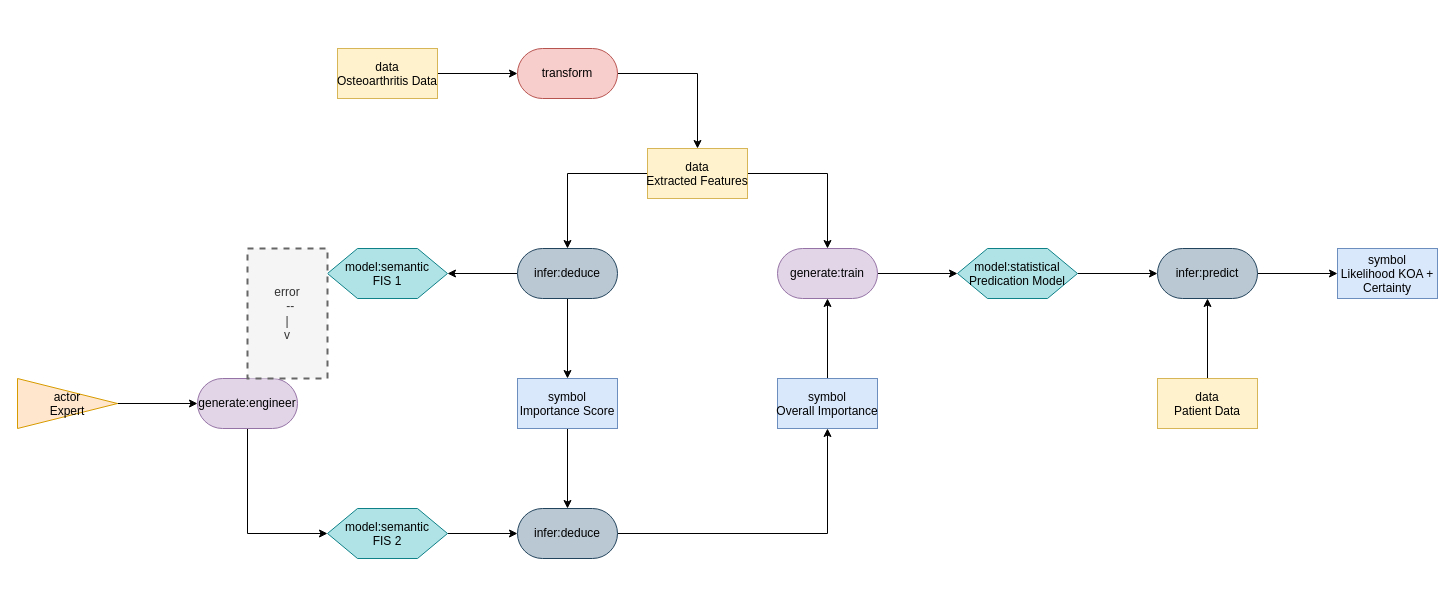
This is medical patterns to boxologies/Rule-Based Method pre-processes input data for ML Prediction (RBML)/Explainable machine learning for knee osteoarthritis diagnosis based on a novel fuzzy feature selection methodology.drawio from zonnesmit/thesis, a draw.io file, before an edit. Source tidied: cells renumbered, new cells numbered last; positions are measured from the earlier drawing's top-left corner, leaving out a move shared by most shapes. Both pictures are drawn from the tidied source at 100%, with x=0, y=0 at pixel (17, 48).
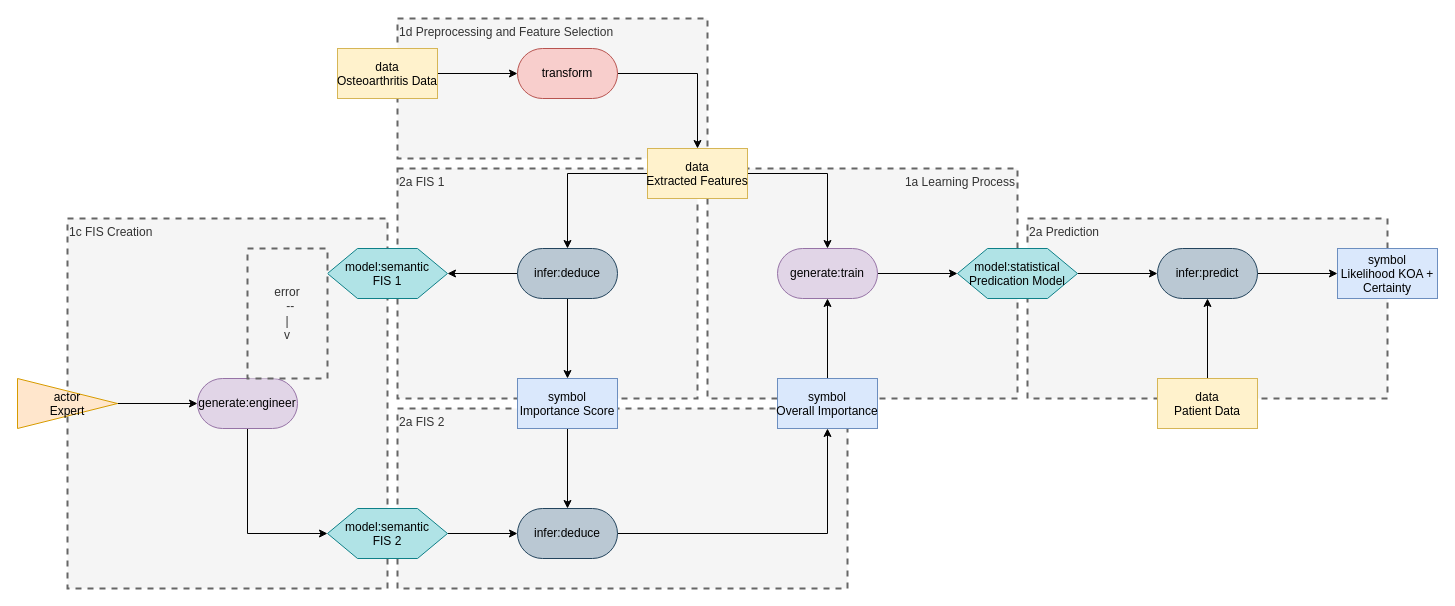
The same page after the edit.

The change refers to these unchanged cells:
```xml
<mxCell id="11" value="infer:deduce" style="rounded=1;whiteSpace=wrap;html=1;arcSize=50;fillColor=#bac8d3;strokeColor=#23445d;" parent="1" vertex="1">
  <mxGeometry x="500" y="200" width="100" height="50" as="geometry" />
</mxCell>
<mxCell id="23" value="symbol&#10;Importance Score" style="rectangle;fillColor=#dae8fc;strokeColor=#6c8ebf;" parent="1" vertex="1">
  <mxGeometry x="500" y="330" width="100" height="50" as="geometry" />
</mxCell>
```

Diff of the diagram source:
```diff
@@
+    <mxCell id="35" value="2a Prediction" style="text;html=1;align=left;verticalAlign=top;whiteSpace=wrap;rounded=0;dashed=1;fillColor=#f5f5f5;fontColor=#333333;strokeColor=#666666;strokeWidth=2;" parent="1" vertex="1">
+      <mxGeometry x="1010" y="170" width="360" height="180" as="geometry" />
+    </mxCell>
+    <mxCell id="36" value="1a Learning Process" style="text;html=1;align=right;verticalAlign=top;whiteSpace=wrap;rounded=0;dashed=1;fillColor=#f5f5f5;fontColor=#333333;strokeColor=#666666;strokeWidth=2;" parent="1" vertex="1">
+      <mxGeometry x="690" y="120" width="310" height="230" as="geometry" />
+    </mxCell>
+    <mxCell id="37" value="2a FIS 2" style="text;html=1;align=left;verticalAlign=top;whiteSpace=wrap;rounded=0;dashed=1;fillColor=#f5f5f5;fontColor=#333333;strokeColor=#666666;strokeWidth=2;" parent="1" vertex="1">
+      <mxGeometry x="380" y="360" width="450" height="180" as="geometry" />
+    </mxCell>
+    <mxCell id="38" value="1c FIS Creation" style="text;html=1;align=left;verticalAlign=top;whiteSpace=wrap;rounded=0;dashed=1;fillColor=#f5f5f5;fontColor=#333333;strokeColor=#666666;strokeWidth=2;" parent="1" vertex="1">
+      <mxGeometry x="50" y="170" width="320" height="370" as="geometry" />
+    </mxCell>
+    <mxCell id="39" value="2a FIS 1" style="text;html=1;align=left;verticalAlign=top;whiteSpace=wrap;rounded=0;dashed=1;fillColor=#f5f5f5;fontColor=#333333;strokeColor=#666666;strokeWidth=2;" parent="1" vertex="1">
+      <mxGeometry x="380" y="120" width="300" height="230" as="geometry" />
+    </mxCell>
+    <mxCell id="40" value="1d Preprocessing and Feature Selection" style="text;html=1;align=left;verticalAlign=top;whiteSpace=wrap;rounded=0;dashed=1;fillColor=#f5f5f5;fontColor=#333333;strokeColor=#666666;strokeWidth=2;" parent="1" vertex="1">
+      <mxGeometry x="380" y="-30" width="310" height="140" as="geometry" />
+    </mxCell>
@@
+    <mxCell id="10" style="edgeStyle=orthogonalEdgeStyle;rounded=0;jettySize=auto;html=1;exitX=0.5;exitY=1;exitDx=0;exitDy=0;entryX=0.5;entryY=0;entryDx=0;entryDy=0;" parent="1" edge="1" source="11" target="23">
+      <mxGeometry relative="1" as="geometry" />
+    </mxCell>
@@
-    <mxCell id="10" style="edgeStyle=orthogonalEdgeStyle;rounded=0;jettySize=auto;html=1;exitX=0.5;exitY=1;exitDx=0;exitDy=0;entryX=0.5;entryY=0;entryDx=0;entryDy=0;" parent="1" edge="1" source="11" target="23">
-      <mxGeometry relative="1" as="geometry" />
-    </mxCell>
```
